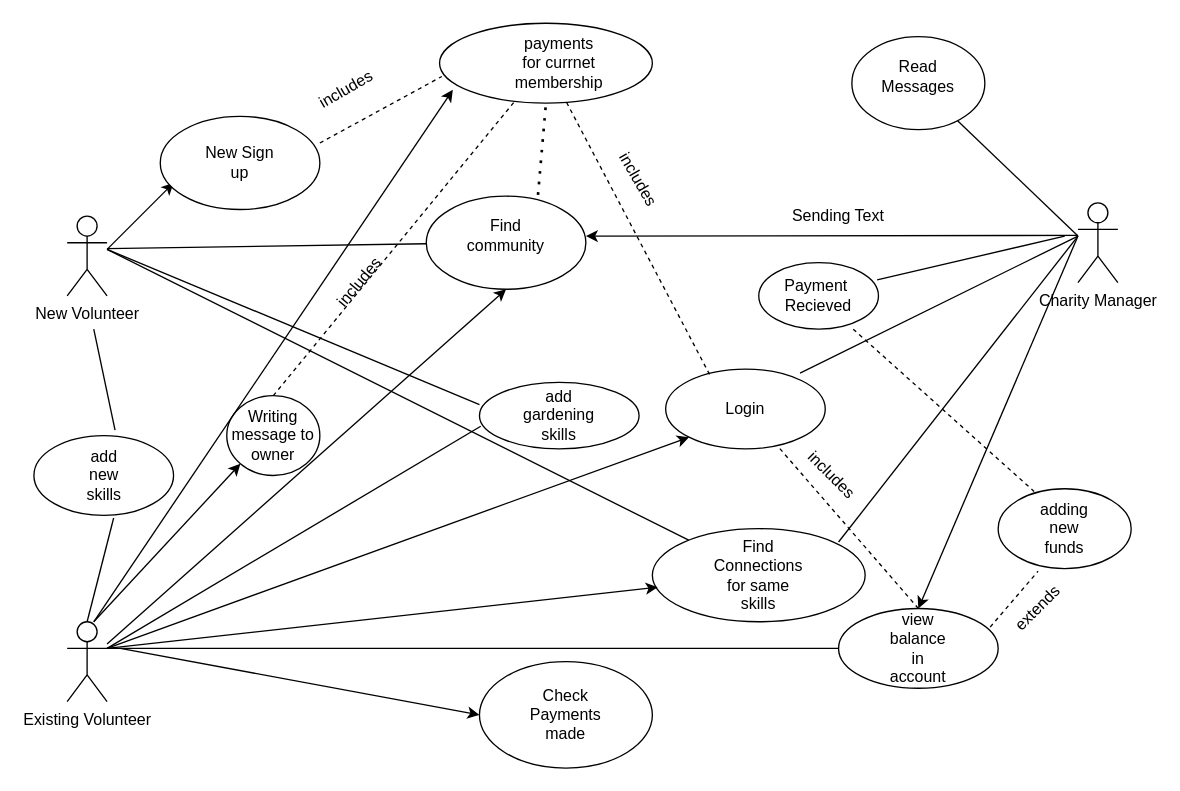
Above: Use case diagram.drawio in Shivhari99/Use-case-SET11106-Re-assesment-1 (draw.io), before the change. Source tidied: cells renumbered, new cells numbered last; positions are measured from the earlier drawing's top-left corner, leaving out a move shared by most shapes. Both pictures are drawn from the tidied source at 133%, with x=0, y=0 at pixel (33, 23).
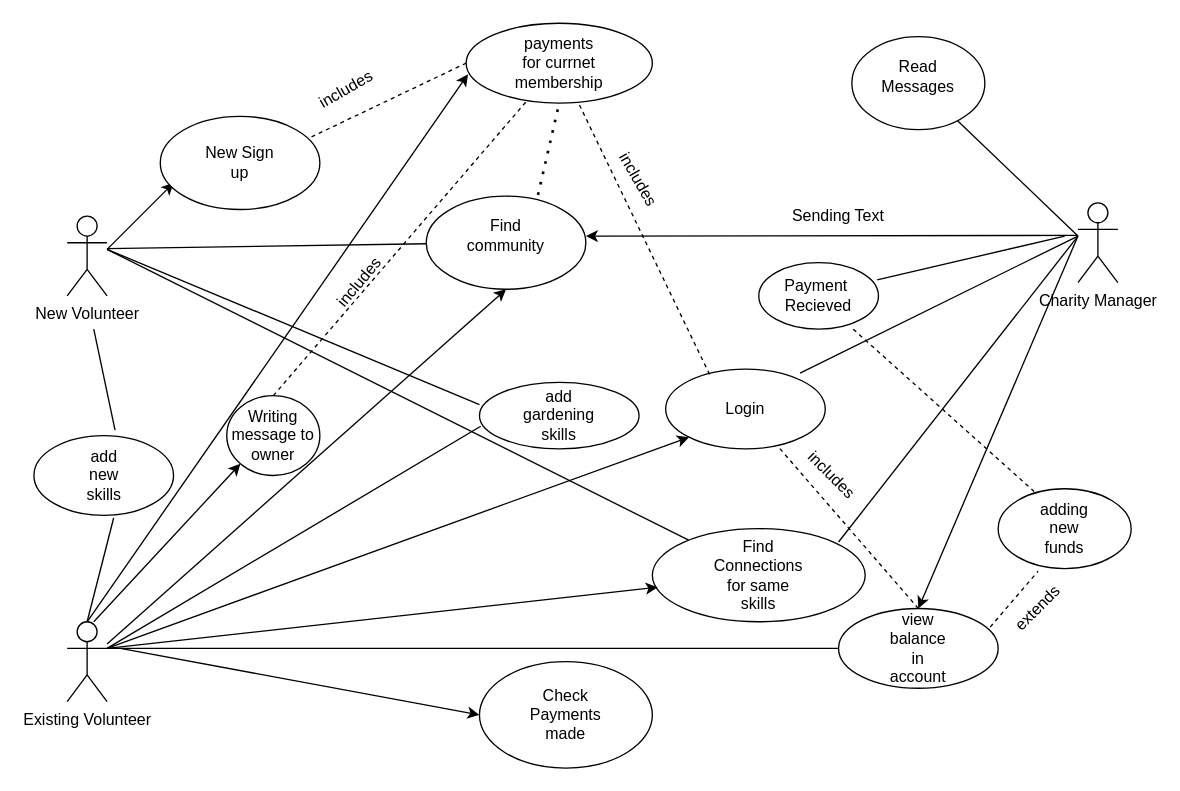
After the change.

The change refers to these unchanged cells:
```xml
<mxCell id="3" value="Existing Volunteer" style="shape=umlActor;verticalLabelPosition=bottom;verticalAlign=top;html=1;outlineConnect=0;" parent="1" vertex="1">
  <mxGeometry x="25" y="450" width="30" height="60" as="geometry" />
</mxCell>
<mxCell id="5" style="ellipse;whiteSpace=wrap;html=1;" parent="1" vertex="1">
  <mxGeometry x="95" y="70" width="120" height="70" as="geometry" />
</mxCell>
```

The edit, as a diff of the source:
```diff
@@
-    <mxCell id="7" style="endArrow=none;dashed=1;html=1;" parent="1" edge="1">
+    <mxCell id="7" style="endArrow=none;dashed=1;html=1;exitX=0.948;exitY=0.22;exitDx=0;exitDy=0;exitPerimeter=0;" parent="1" edge="1" source="5">
       <mxGeometry relative="1" as="geometry">
-        <mxPoint x="215" y="90" as="sourcePoint" />
-        <mxPoint x="306.7" y="40" as="targetPoint" />
+        <mxPoint x="325" y="30" as="targetPoint" />
       </mxGeometry>
     </mxCell>
@@
     <mxCell id="9" style="ellipse;whiteSpace=wrap;html=1;" parent="1" vertex="1">
-      <mxGeometry x="305" width="160" height="60" as="geometry" />
+      <mxGeometry x="325" width="140" height="60" as="geometry" />
     </mxCell>
@@
-    <mxCell id="31" style="endArrow=classic;html=1;" parent="1" edge="1">
-      <mxGeometry relative="1" as="geometry">
-        <mxPoint x="45" y="450" as="sourcePoint" />
-        <mxPoint x="315" y="50" as="targetPoint" />
-      </mxGeometry>
+    <mxCell id="31" style="endArrow=classic;html=1;entryX=0.01;entryY=0.639;entryDx=0;entryDy=0;entryPerimeter=0;exitX=0.5;exitY=0;exitDx=0;exitDy=0;exitPerimeter=0;" parent="1" edge="1" source="3" target="9">
+      <mxGeometry relative="1" as="geometry" />
     </mxCell>
```
